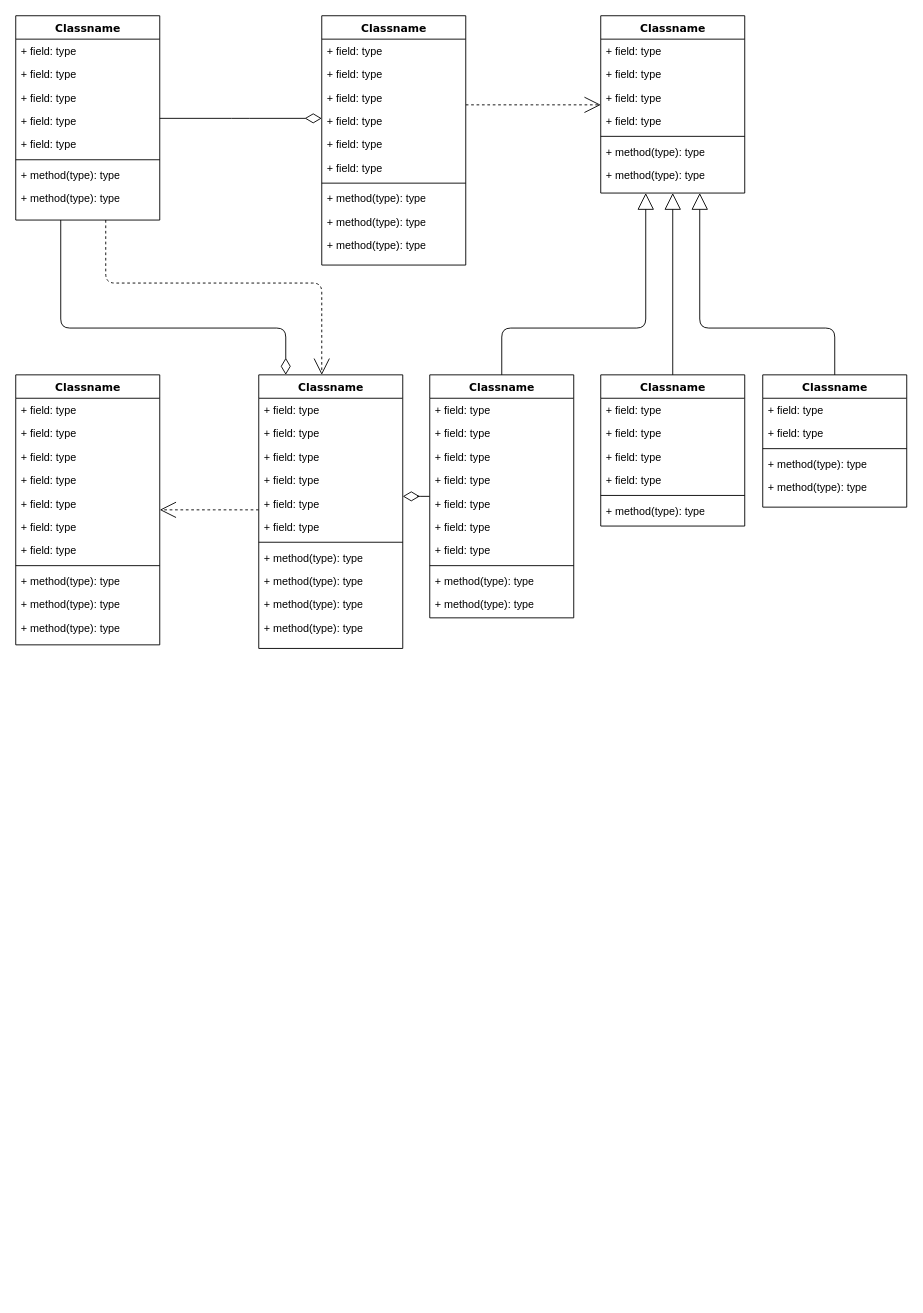
gtutar/Diagrams keeps this draw.io diagram as ClassView_CryptoTrading.drawio. Above is the earlier version. Source tidied: cells renumbered, new cells numbered last; positions are measured from the earlier drawing's top-left corner, leaving out a move shared by most shapes. Both pictures are drawn from the tidied source at 90%, with x=0, y=0 at pixel (15, 15).
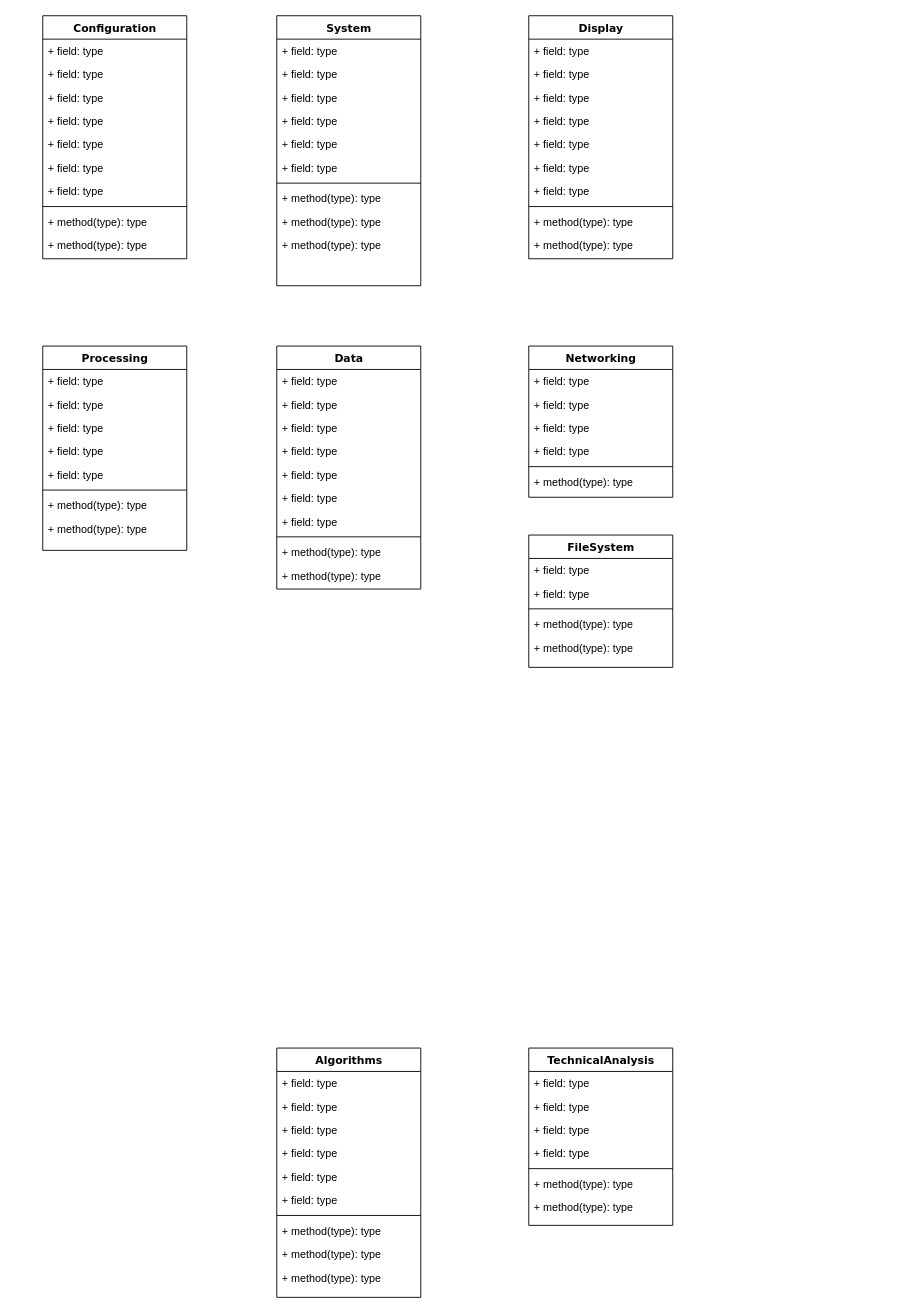
The same page after the edit.

Diff of the diagram source:
```diff
@@
-    <mxCell id="2" style="edgeStyle=orthogonalEdgeStyle;html=1;labelBackgroundColor=none;startFill=0;startSize=8;endArrow=open;endFill=0;endSize=16;fontFamily=Verdana;fontSize=12;dashed=1;" parent="1" edge="1" source="4" target="47">
-      <mxGeometry relative="1" as="geometry">
-        <Array as="points">
-          <mxPoint x="100" y="297" />
-          <mxPoint x="340" y="297" />
-        </Array>
-      </mxGeometry>
-    </mxCell>
-    <mxCell id="3" style="edgeStyle=orthogonalEdgeStyle;html=1;labelBackgroundColor=none;startFill=0;startSize=8;endArrow=diamondThin;endFill=0;endSize=16;fontFamily=Verdana;fontSize=12;" parent="1" edge="1" source="4" target="47">
-      <mxGeometry relative="1" as="geometry">
-        <Array as="points">
-          <mxPoint x="50" y="347" />
-          <mxPoint x="300" y="347" />
-        </Array>
-      </mxGeometry>
-    </mxCell>
-    <mxCell id="4" value="Classname" style="swimlane;html=1;fontStyle=1;align=center;verticalAlign=top;horizontal=1;startSize=26;swimlaneFillColor=#ffffff;rounded=0;shadow=0;comic=0;labelBackgroundColor=none;strokeWidth=1;fillColor=none;fontFamily=Verdana;fontSize=12;" parent="1" vertex="1">
-      <mxGeometry width="160" height="227" as="geometry" />
+    <mxCell id="4" value="Processing" style="swimlane;html=1;fontStyle=1;align=center;verticalAlign=top;horizontal=1;startSize=26;swimlaneFillColor=#ffffff;rounded=0;shadow=0;comic=0;labelBackgroundColor=none;strokeWidth=1;fillColor=none;fontFamily=Verdana;fontSize=12;" parent="1" vertex="1">
+      <mxGeometry x="30" y="367" width="160" height="227" as="geometry" />
     </mxCell>
@@
-    <mxCell id="13" style="edgeStyle=elbowEdgeStyle;html=1;labelBackgroundColor=none;startFill=0;startSize=8;endArrow=open;endFill=0;endSize=16;fontFamily=Verdana;fontSize=12;elbow=vertical;dashed=1;" parent="1" edge="1" source="14" target="25">
-      <mxGeometry relative="1" as="geometry" />
-    </mxCell>
-    <mxCell id="14" value="Classname" style="swimlane;html=1;fontStyle=1;align=center;verticalAlign=top;horizontal=1;startSize=26;swimlaneFillColor=#ffffff;rounded=0;shadow=0;comic=0;labelBackgroundColor=none;strokeWidth=1;fillColor=none;fontFamily=Verdana;fontSize=12;" parent="1" vertex="1">
-      <mxGeometry x="340" width="160" height="277" as="geometry" />
+    <mxCell id="14" value="Algorithms" style="swimlane;html=1;fontStyle=1;align=center;verticalAlign=top;horizontal=1;startSize=26;swimlaneFillColor=#ffffff;rounded=0;shadow=0;comic=0;labelBackgroundColor=none;strokeWidth=1;fillColor=none;fontFamily=Verdana;fontSize=12;" parent="1" vertex="1">
+      <mxGeometry x="290" y="1147" width="160" height="277" as="geometry" />
     </mxCell>
@@
-    <mxCell id="25" value="Classname" style="swimlane;html=1;fontStyle=1;align=center;verticalAlign=top;horizontal=1;startSize=26;swimlaneFillColor=#ffffff;rounded=0;shadow=0;comic=0;labelBackgroundColor=none;strokeWidth=1;fillColor=none;fontFamily=Verdana;fontSize=12;" parent="1" vertex="1">
-      <mxGeometry x="650" width="160" height="197" as="geometry" />
+    <mxCell id="25" value="TechnicalAnalysis" style="swimlane;html=1;fontStyle=1;align=center;verticalAlign=top;horizontal=1;startSize=26;swimlaneFillColor=#ffffff;rounded=0;shadow=0;comic=0;labelBackgroundColor=none;strokeWidth=1;fillColor=none;fontFamily=Verdana;fontSize=12;" parent="1" vertex="1">
+      <mxGeometry x="570" y="1147" width="160" height="197" as="geometry" />
     </mxCell>
@@
-    <mxCell id="33" style="edgeStyle=elbowEdgeStyle;html=1;labelBackgroundColor=none;startFill=0;startSize=8;endArrow=open;endFill=0;endSize=16;fontFamily=Verdana;fontSize=12;elbow=vertical;dashed=1;" parent="1" edge="1" source="47" target="34">
-      <mxGeometry relative="1" as="geometry" />
-    </mxCell>
-    <mxCell id="34" value="Classname" style="swimlane;html=1;fontStyle=1;align=center;verticalAlign=top;horizontal=1;startSize=26;swimlaneFillColor=#ffffff;rounded=0;shadow=0;comic=0;labelBackgroundColor=none;strokeWidth=1;fillColor=none;fontFamily=Verdana;fontSize=12;" parent="1" vertex="1">
-      <mxGeometry y="399" width="160" height="300" as="geometry" />
+    <mxCell id="34" value="System" style="swimlane;html=1;fontStyle=1;align=center;verticalAlign=top;horizontal=1;startSize=26;swimlaneFillColor=#ffffff;rounded=0;shadow=0;comic=0;labelBackgroundColor=none;strokeWidth=1;fillColor=none;fontFamily=Verdana;fontSize=12;" parent="1" vertex="1">
+      <mxGeometry x="290" width="160" height="300" as="geometry" />
     </mxCell>
-    <mxCell id="35" value="+ field: type" style="text;html=1;strokeColor=none;fillColor=none;align=left;verticalAlign=top;spacingLeft=4;spacingRight=4;whiteSpace=wrap;overflow=hidden;" parent="34" vertex="1">
-      <mxGeometry y="26" width="160" height="26" as="geometry" />
-    </mxCell>
     <mxCell id="36" value="+ field: type" style="text;html=1;strokeColor=none;fillColor=none;align=left;verticalAlign=top;spacingLeft=4;spacingRight=4;whiteSpace=wrap;overflow=hidden;" parent="34" vertex="1">
-      <mxGeometry y="52" width="160" height="26" as="geometry" />
+      <mxGeometry y="26" width="160" height="26" as="geometry" />
     </mxCell>
     <mxCell id="37" value="+ field: type" style="text;html=1;strokeColor=none;fillColor=none;align=left;verticalAlign=top;spacingLeft=4;spacingRight=4;whiteSpace=wrap;overflow=hidden;" parent="34" vertex="1">
-      <mxGeometry y="78" width="160" height="26" as="geometry" />
+      <mxGeometry y="52" width="160" height="26" as="geometry" />
     </mxCell>
     <mxCell id="38" value="+ field: type" style="text;html=1;strokeColor=none;fillColor=none;align=left;verticalAlign=top;spacingLeft=4;spacingRight=4;whiteSpace=wrap;overflow=hidden;" parent="34" vertex="1">
-      <mxGeometry y="104" width="160" height="26" as="geometry" />
+      <mxGeometry y="78" width="160" height="26" as="geometry" />
     </mxCell>
     <mxCell id="39" value="+ field: type" style="text;html=1;strokeColor=none;fillColor=none;align=left;verticalAlign=top;spacingLeft=4;spacingRight=4;whiteSpace=wrap;overflow=hidden;" parent="34" vertex="1">
-      <mxGeometry y="130" width="160" height="26" as="geometry" />
+      <mxGeometry y="104" width="160" height="26" as="geometry" />
     </mxCell>
     <mxCell id="40" value="+ field: type" style="text;html=1;strokeColor=none;fillColor=none;align=left;verticalAlign=top;spacingLeft=4;spacingRight=4;whiteSpace=wrap;overflow=hidden;" parent="34" vertex="1">
-      <mxGeometry y="156" width="160" height="26" as="geometry" />
+      <mxGeometry y="130" width="160" height="26" as="geometry" />
     </mxCell>
     <mxCell id="41" value="+ field: type" style="text;html=1;strokeColor=none;fillColor=none;align=left;verticalAlign=top;spacingLeft=4;spacingRight=4;whiteSpace=wrap;overflow=hidden;" parent="34" vertex="1">
-      <mxGeometry y="182" width="160" height="26" as="geometry" />
+      <mxGeometry y="156" width="160" height="26" as="geometry" />
     </mxCell>
     <mxCell id="42" style="line;html=1;strokeWidth=1;fillColor=none;align=left;verticalAlign=middle;spacingTop=-1;spacingLeft=3;spacingRight=3;labelPosition=right;" parent="34" vertex="1">
-      <mxGeometry y="208" width="160" height="8" as="geometry" />
+      <mxGeometry y="182" width="160" height="8" as="geometry" />
     </mxCell>
     <mxCell id="43" value="+ method(type): type" style="text;html=1;strokeColor=none;fillColor=none;align=left;verticalAlign=top;spacingLeft=4;spacingRight=4;whiteSpace=wrap;overflow=hidden;" parent="34" vertex="1">
-      <mxGeometry y="216" width="160" height="26" as="geometry" />
+      <mxGeometry y="190" width="160" height="26" as="geometry" />
     </mxCell>
     <mxCell id="44" value="+ method(type): type" style="text;html=1;strokeColor=none;fillColor=none;align=left;verticalAlign=top;spacingLeft=4;spacingRight=4;whiteSpace=wrap;overflow=hidden;" parent="34" vertex="1">
-      <mxGeometry y="242" width="160" height="26" as="geometry" />
+      <mxGeometry y="216" width="160" height="26" as="geometry" />
     </mxCell>
     <mxCell id="45" value="+ method(type): type" style="text;html=1;strokeColor=none;fillColor=none;align=left;verticalAlign=top;spacingLeft=4;spacingRight=4;whiteSpace=wrap;overflow=hidden;" parent="34" vertex="1">
-      <mxGeometry y="268" width="160" height="26" as="geometry" />
+      <mxGeometry y="242" width="160" height="26" as="geometry" />
     </mxCell>
-    <mxCell id="46" style="edgeStyle=elbowEdgeStyle;html=1;labelBackgroundColor=none;startFill=0;startSize=8;endArrow=diamondThin;endFill=0;endSize=16;fontFamily=Verdana;fontSize=12;elbow=vertical;" parent="1" edge="1" source="60" target="47">
-      <mxGeometry relative="1" as="geometry" />
-    </mxCell>
-    <mxCell id="47" value="Classname" style="swimlane;html=1;fontStyle=1;align=center;verticalAlign=top;horizontal=1;startSize=26;swimlaneFillColor=#ffffff;rounded=0;shadow=0;comic=0;labelBackgroundColor=none;strokeWidth=1;fillColor=none;fontFamily=Verdana;fontSize=12;" parent="1" vertex="1">
-      <mxGeometry x="270" y="399" width="160" height="304" as="geometry" />
-    </mxCell>
-    <mxCell id="48" value="+ field: type" style="text;html=1;strokeColor=none;fillColor=none;align=left;verticalAlign=top;spacingLeft=4;spacingRight=4;whiteSpace=wrap;overflow=hidden;" parent="47" vertex="1">
-      <mxGeometry y="26" width="160" height="26" as="geometry" />
-    </mxCell>
-    <mxCell id="49" value="+ field: type" style="text;html=1;strokeColor=none;fillColor=none;align=left;verticalAlign=top;spacingLeft=4;spacingRight=4;whiteSpace=wrap;overflow=hidden;" parent="47" vertex="1">
-      <mxGeometry y="52" width="160" height="26" as="geometry" />
-    </mxCell>
-    <mxCell id="50" value="+ field: type" style="text;html=1;strokeColor=none;fillColor=none;align=left;verticalAlign=top;spacingLeft=4;spacingRight=4;whiteSpace=wrap;overflow=hidden;" parent="47" vertex="1">
-      <mxGeometry y="78" width="160" height="26" as="geometry" />
-    </mxCell>
-    <mxCell id="51" value="+ field: type" style="text;html=1;strokeColor=none;fillColor=none;align=left;verticalAlign=top;spacingLeft=4;spacingRight=4;whiteSpace=wrap;overflow=hidden;" parent="47" vertex="1">
-      <mxGeometry y="104" width="160" height="26" as="geometry" />
-    </mxCell>
-    <mxCell id="52" value="+ field: type" style="text;html=1;strokeColor=none;fillColor=none;align=left;verticalAlign=top;spacingLeft=4;spacingRight=4;whiteSpace=wrap;overflow=hidden;" parent="47" vertex="1">
-      <mxGeometry y="130" width="160" height="26" as="geometry" />
-    </mxCell>
-    <mxCell id="53" value="+ field: type" style="text;html=1;strokeColor=none;fillColor=none;align=left;verticalAlign=top;spacingLeft=4;spacingRight=4;whiteSpace=wrap;overflow=hidden;" parent="47" vertex="1">
-      <mxGeometry y="156" width="160" height="26" as="geometry" />
-    </mxCell>
-    <mxCell id="54" style="line;html=1;strokeWidth=1;fillColor=none;align=left;verticalAlign=middle;spacingTop=-1;spacingLeft=3;spacingRight=3;labelPosition=right;" parent="47" vertex="1">
-      <mxGeometry y="182" width="160" height="8" as="geometry" />
-    </mxCell>
-    <mxCell id="55" value="+ method(type): type" style="text;html=1;strokeColor=none;fillColor=none;align=left;verticalAlign=top;spacingLeft=4;spacingRight=4;whiteSpace=wrap;overflow=hidden;" parent="47" vertex="1">
-      <mxGeometry y="190" width="160" height="26" as="geometry" />
-    </mxCell>
-    <mxCell id="56" value="+ method(type): type" style="text;html=1;strokeColor=none;fillColor=none;align=left;verticalAlign=top;spacingLeft=4;spacingRight=4;whiteSpace=wrap;overflow=hidden;" parent="47" vertex="1">
-      <mxGeometry y="216" width="160" height="26" as="geometry" />
-    </mxCell>
-    <mxCell id="57" value="+ method(type): type" style="text;html=1;strokeColor=none;fillColor=none;align=left;verticalAlign=top;spacingLeft=4;spacingRight=4;whiteSpace=wrap;overflow=hidden;" parent="47" vertex="1">
-      <mxGeometry y="242" width="160" height="26" as="geometry" />
-    </mxCell>
-    <mxCell id="58" value="+ method(type): type" style="text;html=1;strokeColor=none;fillColor=none;align=left;verticalAlign=top;spacingLeft=4;spacingRight=4;whiteSpace=wrap;overflow=hidden;" parent="47" vertex="1">
-      <mxGeometry y="268" width="160" height="26" as="geometry" />
-    </mxCell>
-    <mxCell id="59" style="edgeStyle=orthogonalEdgeStyle;html=1;labelBackgroundColor=none;startFill=0;startSize=8;endArrow=block;endFill=0;endSize=16;fontFamily=Verdana;fontSize=12;" parent="1" edge="1" source="60" target="25">
-      <mxGeometry relative="1" as="geometry">
-        <Array as="points">
-          <mxPoint x="540" y="347" />
-          <mxPoint x="700" y="347" />
-        </Array>
-      </mxGeometry>
-    </mxCell>
-    <mxCell id="60" value="Classname" style="swimlane;html=1;fontStyle=1;align=center;verticalAlign=top;horizontal=1;startSize=26;swimlaneFillColor=#ffffff;rounded=0;shadow=0;comic=0;labelBackgroundColor=none;strokeWidth=1;fillColor=none;fontFamily=Verdana;fontSize=12;" parent="1" vertex="1">
-      <mxGeometry x="460" y="399" width="160" height="270" as="geometry" />
+    <mxCell id="60" value="Data" style="swimlane;html=1;fontStyle=1;align=center;verticalAlign=top;horizontal=1;startSize=26;swimlaneFillColor=#ffffff;rounded=0;shadow=0;comic=0;labelBackgroundColor=none;strokeWidth=1;fillColor=none;fontFamily=Verdana;fontSize=12;" parent="1" vertex="1">
+      <mxGeometry x="290" y="367" width="160" height="270" as="geometry" />
     </mxCell>
@@
-    <mxCell id="71" style="edgeStyle=orthogonalEdgeStyle;html=1;labelBackgroundColor=none;startFill=0;startSize=8;endArrow=block;endFill=0;endSize=16;fontFamily=Verdana;fontSize=12;" parent="1" edge="1" source="72" target="25">
-      <mxGeometry relative="1" as="geometry" />
-    </mxCell>
-    <mxCell id="72" value="Classname" style="swimlane;html=1;fontStyle=1;align=center;verticalAlign=top;horizontal=1;startSize=26;swimlaneFillColor=#ffffff;rounded=0;shadow=0;comic=0;labelBackgroundColor=none;strokeWidth=1;fillColor=none;fontFamily=Verdana;fontSize=12;" parent="1" vertex="1">
-      <mxGeometry x="650" y="399" width="160" height="168" as="geometry" />
+    <mxCell id="72" value="Networking" style="swimlane;html=1;fontStyle=1;align=center;verticalAlign=top;horizontal=1;startSize=26;swimlaneFillColor=#ffffff;rounded=0;shadow=0;comic=0;labelBackgroundColor=none;strokeWidth=1;fillColor=none;fontFamily=Verdana;fontSize=12;" parent="1" vertex="1">
+      <mxGeometry x="570" y="367" width="160" height="168" as="geometry" />
     </mxCell>
@@
-    <mxCell id="79" style="edgeStyle=orthogonalEdgeStyle;html=1;labelBackgroundColor=none;startFill=0;startSize=8;endArrow=block;endFill=0;endSize=16;fontFamily=Verdana;fontSize=12;" parent="1" edge="1" source="80" target="25">
-      <mxGeometry relative="1" as="geometry">
-        <Array as="points">
-          <mxPoint x="910" y="347" />
-          <mxPoint x="760" y="347" />
-        </Array>
-      </mxGeometry>
-    </mxCell>
-    <mxCell id="80" value="Classname" style="swimlane;html=1;fontStyle=1;align=center;verticalAlign=top;horizontal=1;startSize=26;swimlaneFillColor=#ffffff;rounded=0;shadow=0;comic=0;labelBackgroundColor=none;strokeWidth=1;fillColor=none;fontFamily=Verdana;fontSize=12;" parent="1" vertex="1">
-      <mxGeometry x="830" y="399" width="160" height="147" as="geometry" />
+    <mxCell id="80" value="FileSystem" style="swimlane;html=1;fontStyle=1;align=center;verticalAlign=top;horizontal=1;startSize=26;swimlaneFillColor=#ffffff;rounded=0;shadow=0;comic=0;labelBackgroundColor=none;strokeWidth=1;fillColor=none;fontFamily=Verdana;fontSize=12;" parent="1" vertex="1">
+      <mxGeometry x="570" y="577" width="160" height="147" as="geometry" />
     </mxCell>
@@
-    <mxCell id="86" style="edgeStyle=elbowEdgeStyle;html=1;labelBackgroundColor=none;startFill=0;startSize=8;endArrow=diamondThin;endFill=0;endSize=16;fontFamily=Verdana;fontSize=12;elbow=vertical;" parent="1" edge="1" source="4" target="14">
-      <mxGeometry relative="1" as="geometry" />
-    </mxCell>
+    <mxCell id="87" value="&lt;div&gt;Display&lt;/div&gt;" style="swimlane;html=1;fontStyle=1;align=center;verticalAlign=top;horizontal=1;startSize=26;swimlaneFillColor=#ffffff;rounded=0;shadow=0;comic=0;labelBackgroundColor=none;strokeWidth=1;fillColor=none;fontFamily=Verdana;fontSize=12;" parent="1" vertex="1">
+      <mxGeometry x="570" width="160" height="270" as="geometry" />
+    </mxCell>
+    <mxCell id="88" value="+ field: type" style="text;html=1;strokeColor=none;fillColor=none;align=left;verticalAlign=top;spacingLeft=4;spacingRight=4;whiteSpace=wrap;overflow=hidden;" parent="87" vertex="1">
+      <mxGeometry y="26" width="160" height="26" as="geometry" />
+    </mxCell>
+    <mxCell id="89" value="+ field: type" style="text;html=1;strokeColor=none;fillColor=none;align=left;verticalAlign=top;spacingLeft=4;spacingRight=4;whiteSpace=wrap;overflow=hidden;" parent="87" vertex="1">
+      <mxGeometry y="52" width="160" height="26" as="geometry" />
+    </mxCell>
+    <mxCell id="90" value="+ field: type" style="text;html=1;strokeColor=none;fillColor=none;align=left;verticalAlign=top;spacingLeft=4;spacingRight=4;whiteSpace=wrap;overflow=hidden;" parent="87" vertex="1">
+      <mxGeometry y="78" width="160" height="26" as="geometry" />
+    </mxCell>
+    <mxCell id="91" value="+ field: type" style="text;html=1;strokeColor=none;fillColor=none;align=left;verticalAlign=top;spacingLeft=4;spacingRight=4;whiteSpace=wrap;overflow=hidden;" parent="87" vertex="1">
+      <mxGeometry y="104" width="160" height="26" as="geometry" />
+    </mxCell>
+    <mxCell id="92" value="+ field: type" style="text;html=1;strokeColor=none;fillColor=none;align=left;verticalAlign=top;spacingLeft=4;spacingRight=4;whiteSpace=wrap;overflow=hidden;" parent="87" vertex="1">
+      <mxGeometry y="130" width="160" height="26" as="geometry" />
+    </mxCell>
+    <mxCell id="93" value="+ field: type" style="text;html=1;strokeColor=none;fillColor=none;align=left;verticalAlign=top;spacingLeft=4;spacingRight=4;whiteSpace=wrap;overflow=hidden;" parent="87" vertex="1">
+      <mxGeometry y="156" width="160" height="26" as="geometry" />
+    </mxCell>
+    <mxCell id="94" value="+ field: type" style="text;html=1;strokeColor=none;fillColor=none;align=left;verticalAlign=top;spacingLeft=4;spacingRight=4;whiteSpace=wrap;overflow=hidden;" parent="87" vertex="1">
+      <mxGeometry y="182" width="160" height="26" as="geometry" />
+    </mxCell>
+    <mxCell id="95" style="line;html=1;strokeWidth=1;fillColor=none;align=left;verticalAlign=middle;spacingTop=-1;spacingLeft=3;spacingRight=3;labelPosition=right;" parent="87" vertex="1">
+      <mxGeometry y="208" width="160" height="8" as="geometry" />
+    </mxCell>
+    <mxCell id="96" value="+ method(type): type" style="text;html=1;strokeColor=none;fillColor=none;align=left;verticalAlign=top;spacingLeft=4;spacingRight=4;whiteSpace=wrap;overflow=hidden;" parent="87" vertex="1">
+      <mxGeometry y="216" width="160" height="26" as="geometry" />
+    </mxCell>
+    <mxCell id="97" value="+ method(type): type" style="text;html=1;strokeColor=none;fillColor=none;align=left;verticalAlign=top;spacingLeft=4;spacingRight=4;whiteSpace=wrap;overflow=hidden;" parent="87" vertex="1">
+      <mxGeometry y="242" width="160" height="26" as="geometry" />
+    </mxCell>
+    <mxCell id="98" value="Configuration" style="swimlane;html=1;fontStyle=1;align=center;verticalAlign=top;horizontal=1;startSize=26;swimlaneFillColor=#ffffff;rounded=0;shadow=0;comic=0;labelBackgroundColor=none;strokeWidth=1;fillColor=none;fontFamily=Verdana;fontSize=12;" parent="1" vertex="1">
+      <mxGeometry x="30" width="160" height="270" as="geometry" />
+    </mxCell>
+    <mxCell id="99" value="+ field: type" style="text;html=1;strokeColor=none;fillColor=none;align=left;verticalAlign=top;spacingLeft=4;spacingRight=4;whiteSpace=wrap;overflow=hidden;" parent="98" vertex="1">
+      <mxGeometry y="26" width="160" height="26" as="geometry" />
+    </mxCell>
+    <mxCell id="100" value="+ field: type" style="text;html=1;strokeColor=none;fillColor=none;align=left;verticalAlign=top;spacingLeft=4;spacingRight=4;whiteSpace=wrap;overflow=hidden;" parent="98" vertex="1">
+      <mxGeometry y="52" width="160" height="26" as="geometry" />
+    </mxCell>
+    <mxCell id="101" value="+ field: type" style="text;html=1;strokeColor=none;fillColor=none;align=left;verticalAlign=top;spacingLeft=4;spacingRight=4;whiteSpace=wrap;overflow=hidden;" parent="98" vertex="1">
+      <mxGeometry y="78" width="160" height="26" as="geometry" />
+    </mxCell>
+    <mxCell id="102" value="+ field: type" style="text;html=1;strokeColor=none;fillColor=none;align=left;verticalAlign=top;spacingLeft=4;spacingRight=4;whiteSpace=wrap;overflow=hidden;" parent="98" vertex="1">
+      <mxGeometry y="104" width="160" height="26" as="geometry" />
+    </mxCell>
+    <mxCell id="103" value="+ field: type" style="text;html=1;strokeColor=none;fillColor=none;align=left;verticalAlign=top;spacingLeft=4;spacingRight=4;whiteSpace=wrap;overflow=hidden;" parent="98" vertex="1">
+      <mxGeometry y="130" width="160" height="26" as="geometry" />
+    </mxCell>
+    <mxCell id="104" value="+ field: type" style="text;html=1;strokeColor=none;fillColor=none;align=left;verticalAlign=top;spacingLeft=4;spacingRight=4;whiteSpace=wrap;overflow=hidden;" parent="98" vertex="1">
+      <mxGeometry y="156" width="160" height="26" as="geometry" />
+    </mxCell>
+    <mxCell id="105" value="+ field: type" style="text;html=1;strokeColor=none;fillColor=none;align=left;verticalAlign=top;spacingLeft=4;spacingRight=4;whiteSpace=wrap;overflow=hidden;" parent="98" vertex="1">
+      <mxGeometry y="182" width="160" height="26" as="geometry" />
+    </mxCell>
+    <mxCell id="106" style="line;html=1;strokeWidth=1;fillColor=none;align=left;verticalAlign=middle;spacingTop=-1;spacingLeft=3;spacingRight=3;labelPosition=right;" parent="98" vertex="1">
+      <mxGeometry y="208" width="160" height="8" as="geometry" />
+    </mxCell>
+    <mxCell id="107" value="+ method(type): type" style="text;html=1;strokeColor=none;fillColor=none;align=left;verticalAlign=top;spacingLeft=4;spacingRight=4;whiteSpace=wrap;overflow=hidden;" parent="98" vertex="1">
+      <mxGeometry y="216" width="160" height="26" as="geometry" />
+    </mxCell>
+    <mxCell id="108" value="+ method(type): type" style="text;html=1;strokeColor=none;fillColor=none;align=left;verticalAlign=top;spacingLeft=4;spacingRight=4;whiteSpace=wrap;overflow=hidden;" parent="98" vertex="1">
+      <mxGeometry y="242" width="160" height="26" as="geometry" />
+    </mxCell>
```
